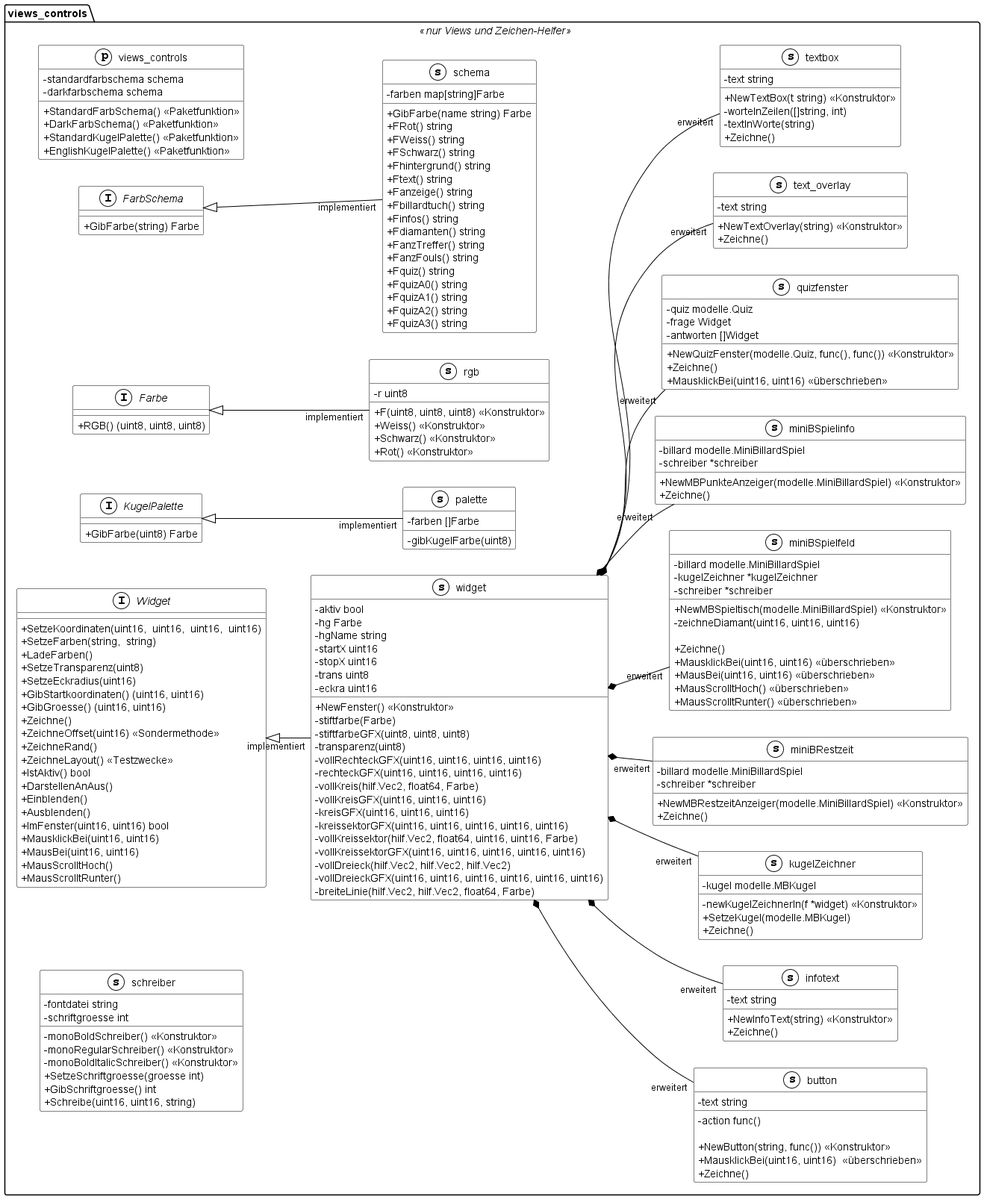
Above: documentation/UML/views.png in Fussbroich/lwb-SWP (PlantUML), before the change.
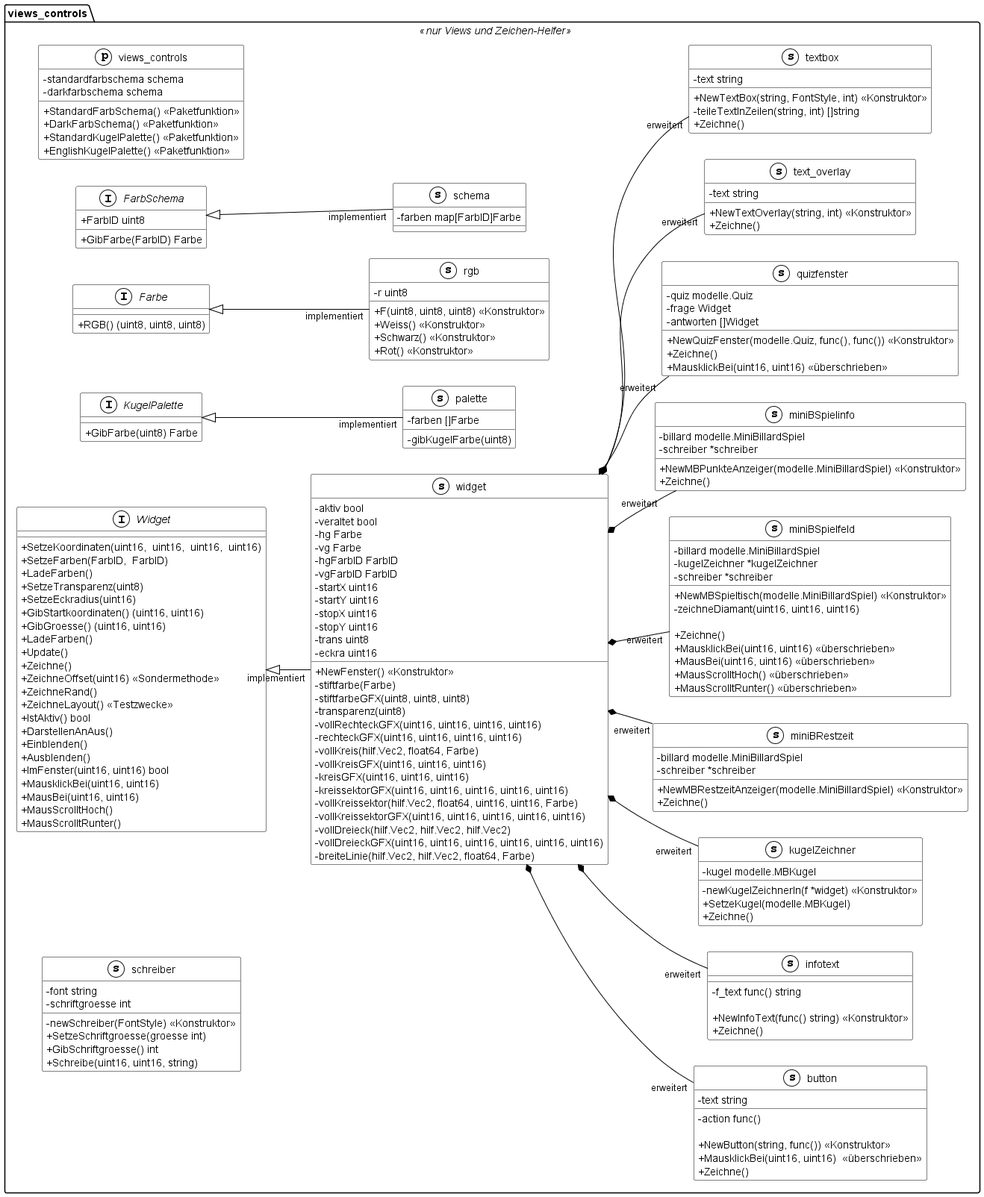
After the commit.

Commit message:
enhanced docu uml, removed redundant Routine interfaces,

What changed in the source:
```diff
@@ -16,7 +16,8 @@
         + EnglishKugelPalette() << Paketfunktion >>
     }
     interface FarbSchema << (I,White) >> {
-        + GibFarbe(string) Farbe
+        + FarbID uint8
+        + GibFarbe(FarbID) Farbe
     }
     interface Farbe << (I,White) >> {
         + RGB() (uint8, uint8, uint8)
@@ -26,12 +27,14 @@
     }
     interface Widget << (I,White) >> {
         + SetzeKoordinaten(uint16,  uint16,  uint16,  uint16)
-        + SetzeFarben(string,  string)
+        + SetzeFarben(FarbID,  FarbID)
         + LadeFarben()
         + SetzeTransparenz(uint8)
         + SetzeEckradius(uint16)
         + GibStartkoordinaten() (uint16, uint16)
         + GibGroesse() (uint16, uint16)
+        + LadeFarben()
+        + Update()
         + Zeichne()
         + ZeichneOffset(uint16) << Sondermethode >>
         + ZeichneRand()
@@ -55,9 +58,9 @@
         + Zeichne()
     }
     class infotext << (s,White) >> {
-        - text string
+        - f_text func() string
 
-        + NewInfoText(string) << Konstruktor >>
+        + NewInfoText(func() string) << Konstruktor >>
         + Zeichne()
     }
     class kugelZeichner << (s,White) >> {
@@ -117,34 +120,13 @@
         + Rot() << Konstruktor >>
     }
     class schema << (s,White) >> {
-        - farben map[string]Farbe
-
-        + GibFarbe(name string) Farbe
-        + FRot() string
-        + FWeiss() string
-        + FSchwarz() string
-        + Fhintergrund() string
-        + Ftext() string
-        + Fanzeige() string
-        + Fbillardtuch() string
-        + Finfos() string
-        + Fdiamanten() string
-        + FanzTreffer() string
-        + FanzFouls() string
-        + Fquiz() string
-        + FquizA0() string
-        + FquizA1() string
-        + FquizA2() string
-        + FquizA3() string
-
+        - farben map[FarbID]Farbe
     }
     class schreiber << (s,White) >> {
-        - fontdatei string
+        - font string
         - schriftgroesse int
 
-        - monoBoldSchreiber() << Konstruktor >>
-        - monoRegularSchreiber() << Konstruktor >>
-        - monoBoldItalicSchreiber() << Konstruktor >>
+        - newSchreiber(FontStyle) << Konstruktor >>
         + SetzeSchriftgroesse(groesse int)
         + GibSchriftgroesse() int
         + Schreibe(uint16, uint16, string)
@@ -152,23 +134,27 @@
     class text_overlay << (s,White) >> {
         - text string
 
-        + NewTextOverlay(string) << Konstruktor >>
+        + NewTextOverlay(string, int) << Konstruktor >>
         + Zeichne()
     }
     class textbox << (s,White) >> {
         - text string
 
-        + NewTextBox(t string) << Konstruktor >>
-        - worteInZeilen([]string, int)
-        - textInWorte(string)
+        + NewTextBox(string, FontStyle, int) << Konstruktor >>
+        - teileTextInZeilen(string, int) []string
         + Zeichne()
     }
     class widget << (s,White) >> {
         - aktiv bool
+        - veraltet bool
         - hg Farbe
-        - hgName string
+        - vg Farbe
+        - hgFarbID FarbID
+        - vgFarbID FarbID
         - startX uint16
+        - startY uint16
         - stopX uint16
+        - stopY uint16
         - trans uint8
         - eckra uint16
 
```
